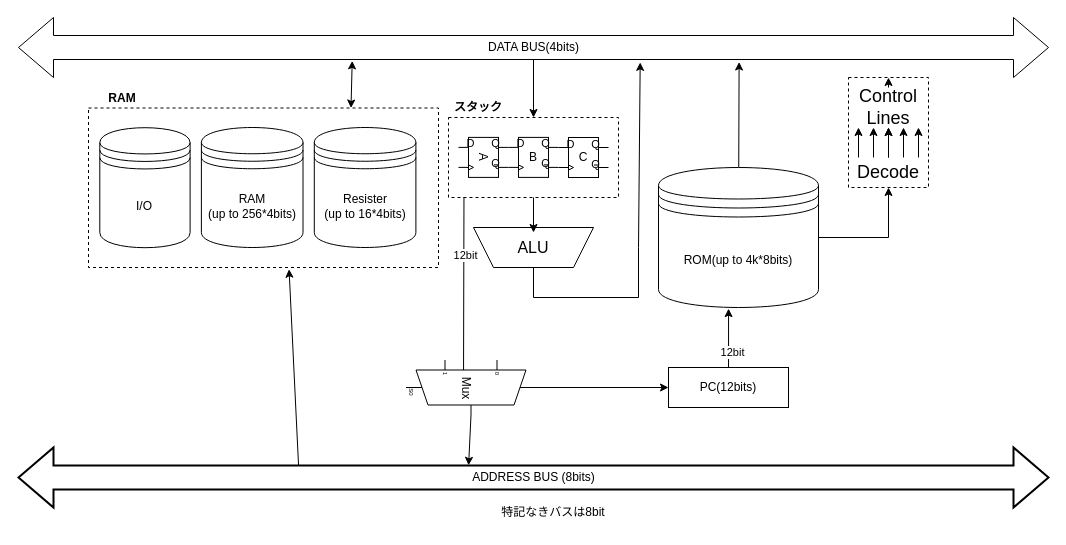
Earlier version of the draw.io diagram HC4.drawio (nasu8151/HC4). Source tidied: cells renumbered, new cells numbered last; positions are measured from the earlier drawing's top-left corner, leaving out a move shared by most shapes. Both pictures are drawn from the tidied source at 100%, with x=0, y=0 at pixel (18, 17).
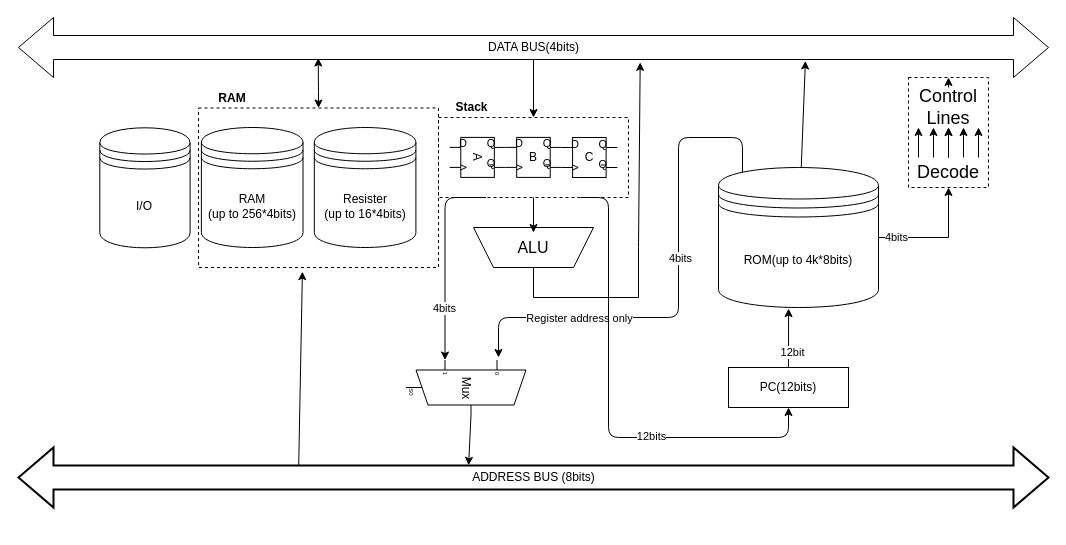
After the change.

Unchanged cells that the change refers to:
```xml
<mxCell id="5" value="ADDRESS BUS (8bits)" style="html=1;shadow=0;dashed=0;align=center;verticalAlign=middle;shape=mxgraph.arrows2.twoWayArrow;dy=0.6;dx=35;strokeWidth=2;" parent="1" vertex="1">
  <mxGeometry y="430" width="1030" height="60" as="geometry" />
</mxCell>
<mxCell id="28" value="&lt;font style=&quot;font-size: 18px;&quot;&gt;Decode&lt;/font&gt;" style="text;html=1;align=center;verticalAlign=middle;whiteSpace=wrap;rounded=0;" parent="26" vertex="1">
  <mxGeometry x="10" y="80" width="60" height="30" as="geometry" />
</mxCell>
<mxCell id="38" value="DATA BUS(4bits)" style="html=1;shadow=0;dashed=0;align=center;verticalAlign=middle;shape=mxgraph.arrows2.twoWayArrow;dy=0.6;dx=35;" parent="1" vertex="1">
  <mxGeometry width="1030" height="60" as="geometry" />
</mxCell>
```

What changed in the source:
```diff
@@
-    <mxCell id="2" style="edgeStyle=none;rounded=0;html=1;entryX=0.091;entryY=0.994;entryDx=0;entryDy=0;startArrow=classic;startFill=1;endArrow=none;endFill=0;exitX=0;exitY=0.5;exitDx=0;exitDy=0;entryPerimeter=0;" parent="1" edge="1" source="8" target="17">
-      <mxGeometry relative="1" as="geometry">
-        <Array as="points">
-          <mxPoint x="445" y="370" />
-        </Array>
-      </mxGeometry>
-    </mxCell>
-    <mxCell id="3" value="12bit" style="edgeLabel;html=1;align=center;verticalAlign=middle;" parent="2" vertex="1">
-      <mxGeometry x="0.71" y="-1" relative="1" as="geometry" />
-    </mxCell>
-    <mxCell id="4" style="edgeStyle=none;rounded=0;html=1;startArrow=none;startFill=0;endArrow=classic;endFill=1;exitX=0.272;exitY=0.333;exitDx=0;exitDy=0;exitPerimeter=0;entryX=0.573;entryY=1.011;entryDx=0;entryDy=0;entryPerimeter=0;" parent="1" edge="1" source="5" target="45">
+    <mxCell id="4" style="edgeStyle=none;rounded=0;html=1;startArrow=none;startFill=0;endArrow=classic;endFill=1;exitX=0.272;exitY=0.333;exitDx=0;exitDy=0;exitPerimeter=0;entryX=0.433;entryY=1.026;entryDx=0;entryDy=0;entryPerimeter=0;" parent="1" edge="1" source="5" target="45">
       <mxGeometry relative="1" as="geometry" />
     </mxCell>
@@
     <mxCell id="8" value="PC(12bits)" style="rounded=0;whiteSpace=wrap;html=1;" parent="1" vertex="1">
-      <mxGeometry x="650" y="350" width="120" height="40" as="geometry" />
+      <mxGeometry x="710" y="350" width="120" height="40" as="geometry" />
     </mxCell>
     <mxCell id="9" style="edgeStyle=none;rounded=0;html=1;entryX=0.5;entryY=1;entryDx=0;entryDy=0;startArrow=none;startFill=0;endArrow=classic;endFill=1;" parent="1" edge="1" source="11" target="28">
       <mxGeometry relative="1" as="geometry">
         <Array as="points">
-          <mxPoint x="870" y="220" />
+          <mxPoint x="930" y="220" />
         </Array>
       </mxGeometry>
     </mxCell>
+    <mxCell id="52" value="4bits" style="edgeLabel;html=1;align=center;verticalAlign=middle;" parent="9" vertex="1">
+      <mxGeometry x="-0.72" y="1" relative="1" as="geometry" />
+    </mxCell>
-    <mxCell id="10" style="edgeStyle=none;rounded=0;html=1;entryX=0.554;entryY=0.742;entryDx=0;entryDy=0;entryPerimeter=0;startArrow=none;startFill=0;endArrow=classic;endFill=1;" parent="1" edge="1" source="11">
-      <mxGeometry relative="1" as="geometry">
-        <mxPoint x="720.6" y="44.5" as="targetPoint" />
-      </mxGeometry>
+    <mxCell id="10" style="edgeStyle=none;rounded=0;html=1;entryX=0.764;entryY=0.724;entryDx=0;entryDy=0;entryPerimeter=0;startArrow=none;startFill=0;endArrow=classic;endFill=1;" parent="1" edge="1" source="11" target="38">
+      <mxGeometry relative="1" as="geometry" />
     </mxCell>
+    <mxCell id="53" style="edgeStyle=orthogonalEdgeStyle;html=1;exitX=0.15;exitY=0.05;exitDx=0;exitDy=0;exitPerimeter=0;" parent="1" edge="1" source="11">
+      <mxGeometry relative="1" as="geometry">
+        <mxPoint x="480" y="340" as="targetPoint" />
+        <Array as="points">
+          <mxPoint x="724" y="120" />
+          <mxPoint x="660" y="120" />
+          <mxPoint x="660" y="300" />
+          <mxPoint x="480" y="300" />
+        </Array>
+      </mxGeometry>
+    </mxCell>
+    <mxCell id="54" value="Register address only" style="edgeLabel;html=1;align=center;verticalAlign=middle;" parent="53" vertex="1">
+      <mxGeometry x="0.62" y="4" relative="1" as="geometry">
+        <mxPoint x="25" y="-4" as="offset" />
+      </mxGeometry>
+    </mxCell>
+    <mxCell id="55" value="4bits" style="edgeLabel;html=1;align=center;verticalAlign=middle;" parent="53" vertex="1">
+      <mxGeometry x="0.29" y="-1" relative="1" as="geometry">
+        <mxPoint x="43" y="-59" as="offset" />
+      </mxGeometry>
+    </mxCell>
     <mxCell id="11" value="ROM(up to 4k*8bits)" style="shape=datastore;whiteSpace=wrap;html=1;" parent="1" vertex="1">
-      <mxGeometry x="640" y="150" width="160" height="140" as="geometry" />
+      <mxGeometry x="700" y="150" width="160" height="140" as="geometry" />
     </mxCell>
-    <mxCell id="12" value="特記なきバスは8bit" style="text;html=1;align=center;verticalAlign=middle;whiteSpace=wrap;rounded=0;" parent="1" vertex="1">
-      <mxGeometry x="465" y="480" width="140" height="30" as="geometry" />
-    </mxCell>
     <mxCell id="13" style="group;" parent="1" vertex="1">
-      <mxGeometry x="430" y="80" width="170" height="100" as="geometry" />
+      <mxGeometry x="420" y="80" width="190" height="100" as="geometry" />
     </mxCell>
     <mxCell id="14" style="group;rotation=0;" parent="13" vertex="1">
-      <mxGeometry x="110" y="40" width="60" height="60" as="geometry" />
+      <mxGeometry x="122.9" y="40" width="67.1" height="60" as="geometry" />
     </mxCell>
     <mxCell id="15" style="verticalLabelPosition=bottom;shadow=0;dashed=0;align=center;html=1;verticalAlign=top;shape=mxgraph.electrical.logic_gates.d_type_flip-flop;rotation=0;" parent="14" vertex="1">
-      <mxGeometry width="50" height="40" as="geometry" />
+      <mxGeometry width="55.9" height="40" as="geometry" />
     </mxCell>
     <mxCell id="16" value="C" style="text;html=1;align=center;verticalAlign=middle;whiteSpace=wrap;rounded=0;rotation=0;" parent="14" vertex="1">
-      <mxGeometry x="10" y="8.1" width="30" height="23.8" as="geometry" />
+      <mxGeometry x="11.2" y="8.1" width="33.5" height="23.8" as="geometry" />
     </mxCell>
     <mxCell id="17" style="rounded=0;whiteSpace=wrap;html=1;fillColor=none;dashed=1;" parent="14" vertex="1">
-      <mxGeometry x="-110" y="-20" width="170" height="80" as="geometry" />
+      <mxGeometry x="-122.9" y="-20" width="190" height="80" as="geometry" />
     </mxCell>
     <mxCell id="18" style="group;rotation=0;" parent="14" vertex="1">
-      <mxGeometry x="-50" y="-0.1" width="50" height="40.1" as="geometry" />
+      <mxGeometry x="-55.9" y="-0.1" width="55.9" height="40.1" as="geometry" />
     </mxCell>
     <mxCell id="19" style="verticalLabelPosition=bottom;shadow=0;dashed=0;align=center;html=1;verticalAlign=top;shape=mxgraph.electrical.logic_gates.d_type_flip-flop;rotation=0;" parent="18" vertex="1">
-      <mxGeometry width="50" height="40" as="geometry" />
+      <mxGeometry width="55.9" height="40" as="geometry" />
     </mxCell>
     <mxCell id="20" value="B" style="text;html=1;align=center;verticalAlign=middle;whiteSpace=wrap;rounded=0;rotation=0;" parent="18" vertex="1">
-      <mxGeometry x="10" y="8" width="30" height="23.8" as="geometry" />
+      <mxGeometry x="11.2" y="8" width="33.5" height="23.8" as="geometry" />
     </mxCell>
     <mxCell id="21" style="group;rotation=0;" parent="14" vertex="1">
-      <mxGeometry x="-100" y="-0.1" width="50" height="40.1" as="geometry" />
+      <mxGeometry x="-111.8" y="-0.1" width="55.9" height="40.1" as="geometry" />
     </mxCell>
     <mxCell id="22" style="verticalLabelPosition=bottom;shadow=0;dashed=0;align=center;html=1;verticalAlign=top;shape=mxgraph.electrical.logic_gates.d_type_flip-flop;rotation=0;" parent="21" vertex="1">
-      <mxGeometry width="50" height="40" as="geometry" />
+      <mxGeometry width="55.9" height="40" as="geometry" />
     </mxCell>
     <mxCell id="23" value="A" style="text;html=1;align=center;verticalAlign=middle;whiteSpace=wrap;rounded=0;rotation=90;" parent="21" vertex="1">
-      <mxGeometry x="10" y="8" width="30" height="23.8" as="geometry" />
+      <mxGeometry x="11.2" y="8" width="33.5" height="23.8" as="geometry" />
     </mxCell>
-    <mxCell id="24" value="スタック" style="text;html=1;strokeColor=none;fillColor=none;align=center;verticalAlign=middle;whiteSpace=wrap;rounded=0;dashed=1;fontStyle=1;" parent="13" vertex="1">
-      <mxGeometry width="60" height="20" as="geometry" />
+    <mxCell id="24" value="Stack" style="text;html=1;strokeColor=none;fillColor=none;align=center;verticalAlign=middle;whiteSpace=wrap;rounded=0;dashed=1;fontStyle=1;" parent="13" vertex="1">
+      <mxGeometry width="67.1" height="20" as="geometry" />
     </mxCell>
-    <mxCell id="25" style="edgeStyle=none;html=1;entryX=0.324;entryY=0.723;entryDx=0;entryDy=0;entryPerimeter=0;startArrow=classic;startFill=1;exitX=0.75;exitY=0;exitDx=0;exitDy=0;" parent="1" edge="1" source="45" target="38">
-      <mxGeometry relative="1" as="geometry" />
-    </mxCell>
     <mxCell id="26" style="group;" parent="1" vertex="1">
-      <mxGeometry x="830" y="60" width="80" height="110" as="geometry" />
+      <mxGeometry x="890" y="60" width="80" height="110" as="geometry" />
     </mxCell>
@@
-    <mxCell id="44" style="group;" parent="1" vertex="1">
-      <mxGeometry x="70" y="70.5" width="350" height="179.5" as="geometry" />
-    </mxCell>
+    <mxCell id="50" style="edgeStyle=none;rounded=0;html=1;entryX=0.437;entryY=0.297;entryDx=0;entryDy=0;entryPerimeter=0;startArrow=none;startFill=0;endArrow=classic;endFill=1;exitX=1;exitY=0.5;exitDx=0;exitDy=-5;exitPerimeter=0;" parent="1" edge="1" source="51" target="5">
+      <mxGeometry relative="1" as="geometry" />
+    </mxCell>
+    <mxCell id="51" value="Mux" style="shadow=0;dashed=0;align=center;html=1;strokeWidth=1;shape=mxgraph.electrical.abstract.mux2;rounded=0;strokeColor=default;fillColor=default;rotation=90;" parent="1" vertex="1">
+      <mxGeometry x="420" y="310" width="55" height="120" as="geometry" />
+    </mxCell>
+    <mxCell id="56" style="edgeStyle=orthogonalEdgeStyle;html=1;exitX=0.25;exitY=1;exitDx=0;exitDy=0;entryX=0;entryY=0.65;entryDx=0;entryDy=3;entryPerimeter=0;" parent="1" edge="1" source="17" target="51">
+      <mxGeometry relative="1" as="geometry">
+        <Array as="points">
+          <mxPoint x="427" y="180" />
+        </Array>
+      </mxGeometry>
+    </mxCell>
+    <mxCell id="57" value="4bits" style="edgeLabel;html=1;align=center;verticalAlign=middle;" parent="56" vertex="1">
+      <mxGeometry x="0.48" y="-1" relative="1" as="geometry" />
+    </mxCell>
+    <mxCell id="25" style="edgeStyle=orthogonalEdgeStyle;html=1;exitX=0.5;exitY=0;exitDx=0;exitDy=0;entryX=0.291;entryY=0.675;entryDx=0;entryDy=0;entryPerimeter=0;startArrow=classic;startFill=1;" parent="1" edge="1" source="45" target="38">
+      <mxGeometry relative="1" as="geometry" />
+    </mxCell>
+    <mxCell id="58" style="edgeStyle=orthogonalEdgeStyle;html=1;exitX=0.75;exitY=1;exitDx=0;exitDy=0;entryX=0.5;entryY=1;entryDx=0;entryDy=0;startArrow=none;startFill=0;" parent="1" edge="1" source="17" target="8">
+      <mxGeometry relative="1" as="geometry">
+        <Array as="points">
+          <mxPoint x="590" y="180" />
+          <mxPoint x="590" y="420" />
+          <mxPoint x="770" y="420" />
+        </Array>
+      </mxGeometry>
+    </mxCell>
+    <mxCell id="59" value="12bits" style="edgeLabel;html=1;align=center;verticalAlign=middle;" parent="58" vertex="1">
+      <mxGeometry x="0.3" y="2" relative="1" as="geometry" />
+    </mxCell>
+    <mxCell id="49" value="I/O" style="shape=datastore;whiteSpace=wrap;html=1;rounded=0;strokeColor=default;fillColor=default;" parent="1" vertex="1">
+      <mxGeometry x="81.3" y="110.3" width="90.3" height="120" as="geometry" />
+    </mxCell>
+    <mxCell id="60" style="group;" parent="1" vertex="1">
+      <mxGeometry x="180" y="70.5" width="240" height="179.5" as="geometry" />
+    </mxCell>
-    <mxCell id="45" style="rounded=0;whiteSpace=wrap;html=1;fillColor=none;strokeColor=default;dashed=1;" parent="44" vertex="1">
-      <mxGeometry y="20" width="350" height="159.5" as="geometry" />
+    <mxCell id="45" style="rounded=0;whiteSpace=wrap;html=1;fillColor=none;strokeColor=default;dashed=1;" parent="60" vertex="1">
+      <mxGeometry y="20" width="240" height="159.5" as="geometry" />
     </mxCell>
-    <mxCell id="46" value="RAM&lt;br&gt;(up to 256*4bits)" style="shape=datastore;whiteSpace=wrap;html=1;" parent="44" vertex="1">
-      <mxGeometry x="112.9" y="39.5" width="101.6" height="120" as="geometry" />
+    <mxCell id="46" value="RAM&lt;br&gt;(up to 256*4bits)" style="shape=datastore;whiteSpace=wrap;html=1;" parent="60" vertex="1">
+      <mxGeometry x="2.9" y="39.5" width="101.6" height="120" as="geometry" />
     </mxCell>
-    <mxCell id="47" value="Resister&lt;br&gt;(up to 16*4bits)" style="shape=datastore;whiteSpace=wrap;html=1;" parent="44" vertex="1">
-      <mxGeometry x="225.8" y="39.5" width="101.6" height="120" as="geometry" />
+    <mxCell id="47" value="Resister&lt;br&gt;(up to 16*4bits)" style="shape=datastore;whiteSpace=wrap;html=1;" parent="60" vertex="1">
+      <mxGeometry x="115.8" y="39.5" width="101.6" height="120" as="geometry" />
     </mxCell>
-    <mxCell id="48" value="RAM" style="text;html=1;strokeColor=none;fillColor=none;align=center;verticalAlign=middle;whiteSpace=wrap;rounded=0;dashed=1;fontStyle=1;" parent="44" vertex="1">
+    <mxCell id="48" value="RAM" style="text;html=1;strokeColor=none;fillColor=none;align=center;verticalAlign=middle;whiteSpace=wrap;rounded=0;dashed=1;fontStyle=1;" parent="60" vertex="1">
       <mxGeometry width="67.7" height="20" as="geometry" />
     </mxCell>
-    <mxCell id="49" value="I/O" style="shape=datastore;whiteSpace=wrap;html=1;rounded=0;strokeColor=default;fillColor=none;" parent="44" vertex="1">
-      <mxGeometry x="11.3" y="39.7" width="90.3" height="120" as="geometry" />
-    </mxCell>
-    <mxCell id="50" style="edgeStyle=none;rounded=0;html=1;entryX=0.437;entryY=0.297;entryDx=0;entryDy=0;entryPerimeter=0;startArrow=none;startFill=0;endArrow=classic;endFill=1;exitX=1;exitY=0.5;exitDx=0;exitDy=-5;exitPerimeter=0;" parent="1" edge="1" source="51" target="5">
-      <mxGeometry relative="1" as="geometry" />
-    </mxCell>
-    <mxCell id="51" value="Mux" style="shadow=0;dashed=0;align=center;html=1;strokeWidth=1;shape=mxgraph.electrical.abstract.mux2;rounded=0;strokeColor=default;fillColor=default;rotation=90;" parent="1" vertex="1">
-      <mxGeometry x="420" y="310" width="55" height="120" as="geometry" />
-    </mxCell>
```
